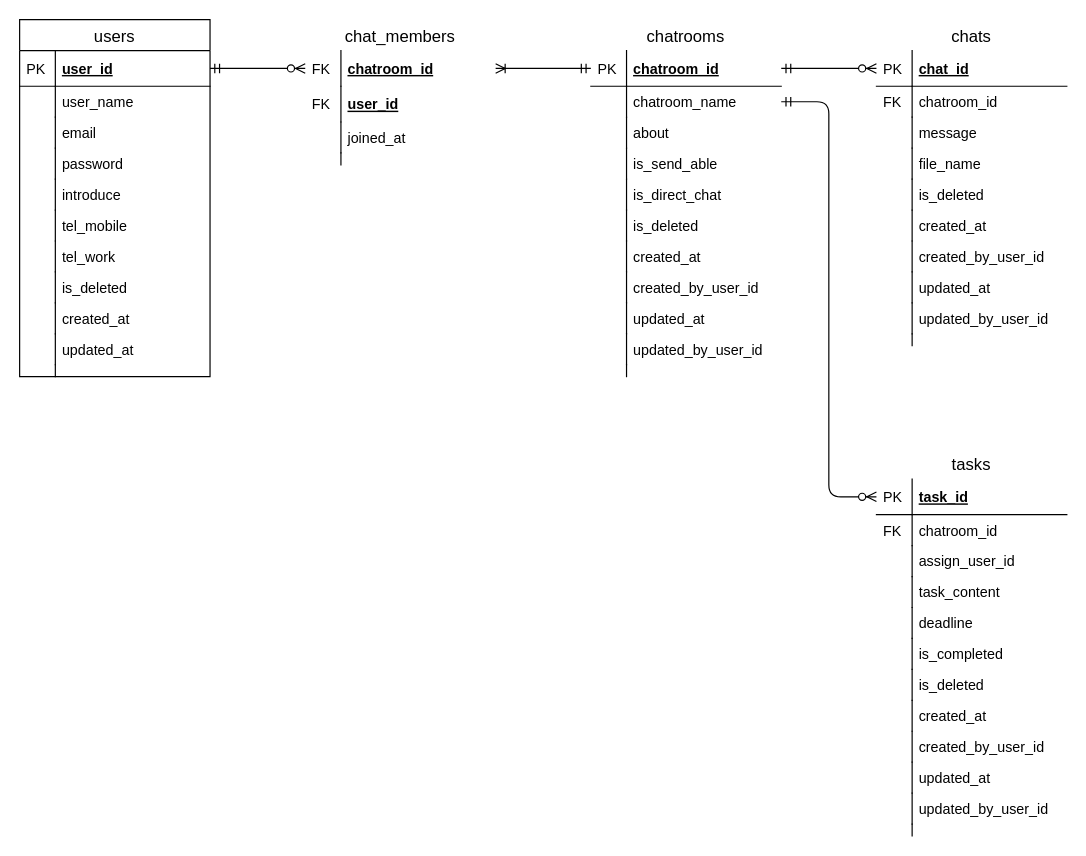
The draw.io diagram db/db-challenge1/chatwork-er.drawio in nanakusa27/quelcode-db, before the edit. Source tidied: cells renumbered, new cells numbered last; positions are measured from the earlier drawing's top-left corner, leaving out a move shared by most shapes. Both pictures are drawn from the tidied source at 119%, with x=0, y=0 at pixel (19, 19).
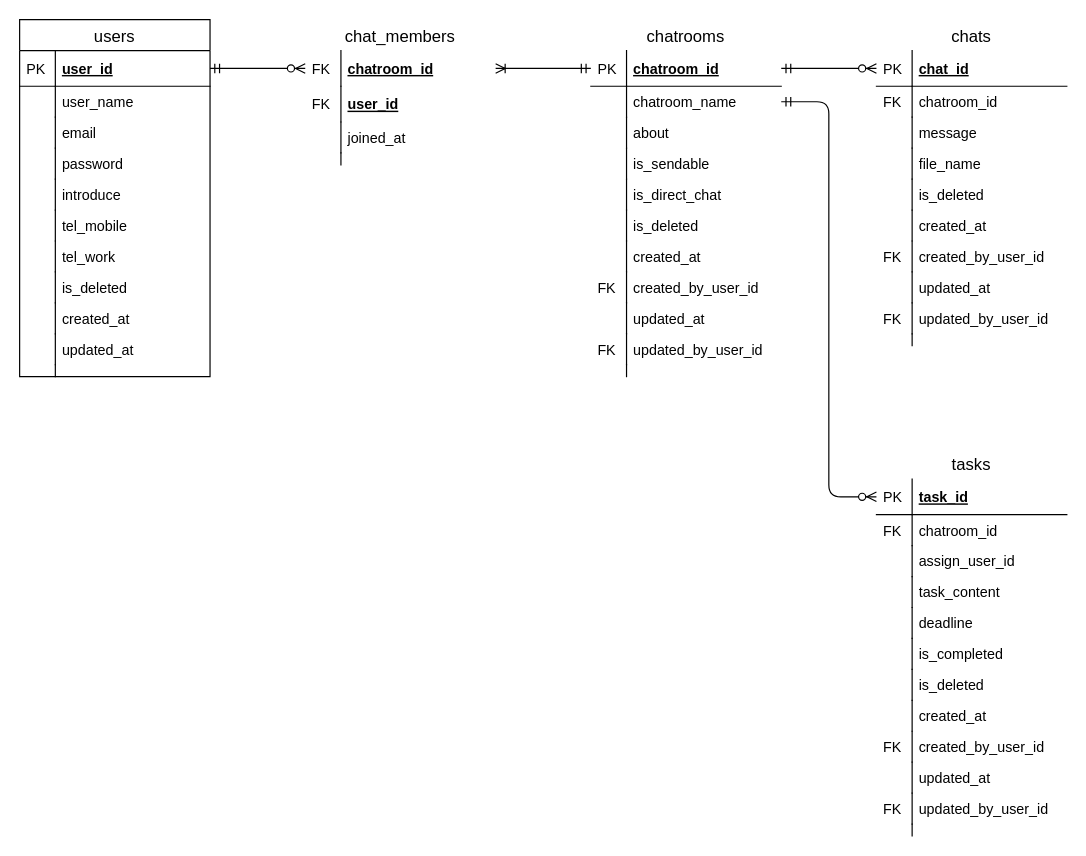
The same page after the edit.

Unchanged cells that the change refers to:
```xml
<mxCell id="34" value="chatrooms" style="swimlane;fontStyle=0;horizontal=1;startSize=26;align=center;fontSize=14;labelBackgroundColor=none;strokeColor=#FFFFFF;fillColor=none;gradientColor=#ffffff;" parent="1" vertex="1">
  <mxGeometry x="480" width="160" height="300" as="geometry" />
</mxCell>
<mxCell id="49" value="created_by_user_id" style="shape=partialRectangle;top=0;left=0;right=0;bottom=0;align=left;verticalAlign=top;fillColor=none;spacingLeft=34;spacingRight=4;overflow=hidden;fontSize=12;" parent="34" vertex="1">
  <mxGeometry y="212" width="160" height="26" as="geometry" />
</mxCell>
<mxCell id="53" value="updated_by_user_id" style="shape=partialRectangle;top=0;left=0;right=0;bottom=0;align=left;verticalAlign=top;fillColor=none;spacingLeft=34;spacingRight=4;overflow=hidden;fontSize=12;" parent="34" vertex="1">
  <mxGeometry y="264" width="160" height="26" as="geometry" />
</mxCell>
<mxCell id="70" value="created_by_user_id" style="shape=partialRectangle;top=0;left=0;right=0;bottom=0;align=left;verticalAlign=top;fillColor=none;spacingLeft=34;spacingRight=4;overflow=hidden;fontSize=12;" parent="57" vertex="1">
  <mxGeometry y="186" width="160" height="26" as="geometry" />
</mxCell>
<mxCell id="74" value="updated_by_user_id" style="shape=partialRectangle;top=0;left=0;right=0;bottom=0;align=left;verticalAlign=top;fillColor=none;spacingLeft=34;spacingRight=4;overflow=hidden;fontSize=12;" parent="57" vertex="1">
  <mxGeometry y="238" width="160" height="26" as="geometry" />
</mxCell>
<mxCell id="98" value="created_by_user_id" style="shape=partialRectangle;top=0;left=0;right=0;bottom=0;align=left;verticalAlign=top;fillColor=none;spacingLeft=34;spacingRight=4;overflow=hidden;fontSize=12;" parent="81" vertex="1">
  <mxGeometry y="238" width="160" height="26" as="geometry" />
</mxCell>
<mxCell id="102" value="updated_by_user_id" style="shape=partialRectangle;top=0;left=0;right=0;bottom=0;align=left;verticalAlign=top;fillColor=none;spacingLeft=34;spacingRight=4;overflow=hidden;fontSize=12;" parent="81" vertex="1">
  <mxGeometry y="290" width="160" height="26" as="geometry" />
</mxCell>
```

The edit, as a diff of the source:
```diff
@@
-    <mxCell id="41" value="is_send_able" style="shape=partialRectangle;top=0;left=0;right=0;bottom=0;align=left;verticalAlign=top;fillColor=none;spacingLeft=34;spacingRight=4;overflow=hidden;fontSize=12;" parent="34" vertex="1">
+    <mxCell id="41" value="is_sendable" style="shape=partialRectangle;top=0;left=0;right=0;bottom=0;align=left;verticalAlign=top;fillColor=none;spacingLeft=34;spacingRight=4;overflow=hidden;fontSize=12;" parent="34" vertex="1">
       <mxGeometry y="108" width="160" height="26" as="geometry" />
     </mxCell>
@@
-    <mxCell id="50" style="shape=partialRectangle;top=0;left=0;bottom=0;fillColor=none;align=left;verticalAlign=top;spacingLeft=4;spacingRight=4;overflow=hidden;fontSize=12;" parent="49" vertex="1">
+    <mxCell id="50" value="FK" style="shape=partialRectangle;top=0;left=0;bottom=0;fillColor=none;align=left;verticalAlign=top;spacingLeft=4;spacingRight=4;overflow=hidden;fontSize=12;" parent="49" vertex="1">
       <mxGeometry width="30" height="26" as="geometry" />
     </mxCell>
@@
-    <mxCell id="54" style="shape=partialRectangle;top=0;left=0;bottom=0;fillColor=none;align=left;verticalAlign=top;spacingLeft=4;spacingRight=4;overflow=hidden;fontSize=12;" parent="53" vertex="1">
+    <mxCell id="54" value="FK" style="shape=partialRectangle;top=0;left=0;bottom=0;fillColor=none;align=left;verticalAlign=top;spacingLeft=4;spacingRight=4;overflow=hidden;fontSize=12;" parent="53" vertex="1">
       <mxGeometry width="30" height="26" as="geometry" />
     </mxCell>
@@
-    <mxCell id="71" style="shape=partialRectangle;top=0;left=0;bottom=0;fillColor=none;align=left;verticalAlign=top;spacingLeft=4;spacingRight=4;overflow=hidden;fontSize=12;" parent="70" vertex="1">
+    <mxCell id="71" value="FK" style="shape=partialRectangle;top=0;left=0;bottom=0;fillColor=none;align=left;verticalAlign=top;spacingLeft=4;spacingRight=4;overflow=hidden;fontSize=12;" parent="70" vertex="1">
       <mxGeometry width="30" height="26" as="geometry" />
     </mxCell>
@@
-    <mxCell id="75" style="shape=partialRectangle;top=0;left=0;bottom=0;fillColor=none;align=left;verticalAlign=top;spacingLeft=4;spacingRight=4;overflow=hidden;fontSize=12;" parent="74" vertex="1">
+    <mxCell id="75" value="FK" style="shape=partialRectangle;top=0;left=0;bottom=0;fillColor=none;align=left;verticalAlign=top;spacingLeft=4;spacingRight=4;overflow=hidden;fontSize=12;" parent="74" vertex="1">
       <mxGeometry width="30" height="26" as="geometry" />
     </mxCell>
@@
-    <mxCell id="99" style="shape=partialRectangle;top=0;left=0;bottom=0;fillColor=none;align=left;verticalAlign=top;spacingLeft=4;spacingRight=4;overflow=hidden;fontSize=12;" parent="98" vertex="1">
+    <mxCell id="99" value="FK" style="shape=partialRectangle;top=0;left=0;bottom=0;fillColor=none;align=left;verticalAlign=top;spacingLeft=4;spacingRight=4;overflow=hidden;fontSize=12;" parent="98" vertex="1">
       <mxGeometry width="30" height="26" as="geometry" />
     </mxCell>
@@
-    <mxCell id="103" style="shape=partialRectangle;top=0;left=0;bottom=0;fillColor=none;align=left;verticalAlign=top;spacingLeft=4;spacingRight=4;overflow=hidden;fontSize=12;" parent="102" vertex="1">
+    <mxCell id="103" value="FK" style="shape=partialRectangle;top=0;left=0;bottom=0;fillColor=none;align=left;verticalAlign=top;spacingLeft=4;spacingRight=4;overflow=hidden;fontSize=12;" parent="102" vertex="1">
       <mxGeometry width="30" height="26" as="geometry" />
     </mxCell>
```
